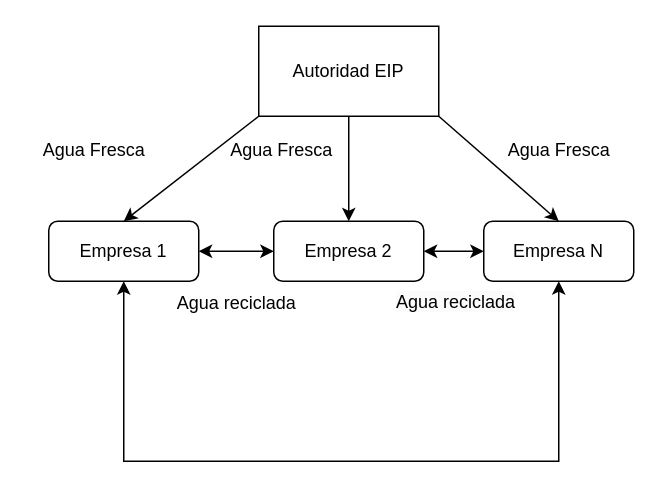
This is .drawio from FVSB/Test_Quarto, a draw.io file, before an edit. Source tidied: cells renumbered, new cells numbered last; positions are measured from the earlier drawing's top-left corner, leaving out a move shared by most shapes. Both pictures are drawn from the tidied source at 150%, with x=0, y=0 at pixel (26, 26).
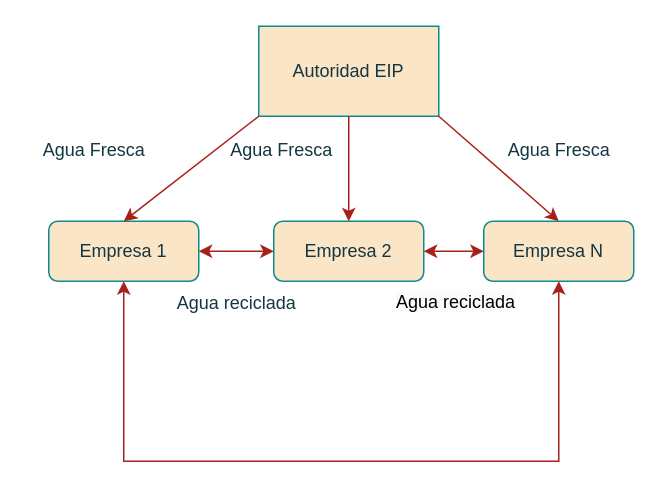
After the change.

The edit, as a diff of the source:
```diff
@@
 <mxGraphModel>
   <root>
     <mxCell id="0" />
     <mxCell id="1" parent="0" />
-    <mxCell id="2" value="Autoridad EIP" style="rounded=0;whiteSpace=wrap;html=1;" parent="1" vertex="1">
+    <mxCell id="2" value="Autoridad EIP" style="rounded=0;whiteSpace=wrap;html=1;labelBackgroundColor=none;fillColor=#FAE5C7;strokeColor=#0F8B8D;fontColor=#143642;" parent="1" vertex="1">
       <mxGeometry x="155" width="120" height="60" as="geometry" />
     </mxCell>
-    <mxCell id="3" value="Empresa 1" style="rounded=1;whiteSpace=wrap;html=1;" parent="1" vertex="1">
+    <mxCell id="3" value="Empresa 1" style="rounded=1;whiteSpace=wrap;html=1;labelBackgroundColor=none;fillColor=#FAE5C7;strokeColor=#0F8B8D;fontColor=#143642;" parent="1" vertex="1">
       <mxGeometry x="15" y="130" width="100" height="40" as="geometry" />
     </mxCell>
-    <mxCell id="4" style="endArrow=classic;html=1;rounded=0;exitX=0;exitY=1;exitDx=0;exitDy=0;entryX=0.5;entryY=0;entryDx=0;entryDy=0;" parent="1" edge="1" source="2" target="3">
+    <mxCell id="4" style="endArrow=classic;html=1;rounded=0;exitX=0;exitY=1;exitDx=0;exitDy=0;entryX=0.5;entryY=0;entryDx=0;entryDy=0;labelBackgroundColor=none;strokeColor=#A8201A;fontColor=default;" parent="1" edge="1" source="2" target="3">
       <mxGeometry relative="1" as="geometry" />
     </mxCell>
-    <mxCell id="5" value="Agua Fresca" style="text;html=1;align=center;verticalAlign=middle;strokeColor=none;fillColor=none;" parent="1" vertex="1">
+    <mxCell id="5" value="Agua Fresca" style="text;html=1;align=center;verticalAlign=middle;strokeColor=none;fillColor=none;labelBackgroundColor=none;fontColor=#143642;" parent="1" vertex="1">
       <mxGeometry y="68" width="90" height="30" as="geometry" />
     </mxCell>
-    <mxCell id="6" value="Empresa 2" style="rounded=1;whiteSpace=wrap;html=1;" parent="1" vertex="1">
+    <mxCell id="6" value="Empresa 2" style="rounded=1;whiteSpace=wrap;html=1;labelBackgroundColor=none;fillColor=#FAE5C7;strokeColor=#0F8B8D;fontColor=#143642;" parent="1" vertex="1">
       <mxGeometry x="165" y="130" width="100" height="40" as="geometry" />
     </mxCell>
-    <mxCell id="7" style="endArrow=classic;html=1;rounded=0;exitX=0.5;exitY=1;exitDx=0;exitDy=0;entryX=0.5;entryY=0;entryDx=0;entryDy=0;" parent="1" edge="1" source="2" target="6">
+    <mxCell id="7" style="endArrow=classic;html=1;rounded=0;exitX=0.5;exitY=1;exitDx=0;exitDy=0;entryX=0.5;entryY=0;entryDx=0;entryDy=0;labelBackgroundColor=none;strokeColor=#A8201A;fontColor=default;" parent="1" edge="1" source="2" target="6">
       <mxGeometry relative="1" as="geometry" />
     </mxCell>
-    <mxCell id="8" value="Empresa N" style="rounded=1;whiteSpace=wrap;html=1;" parent="1" vertex="1">
+    <mxCell id="8" value="Empresa N" style="rounded=1;whiteSpace=wrap;html=1;labelBackgroundColor=none;fillColor=#FAE5C7;strokeColor=#0F8B8D;fontColor=#143642;" parent="1" vertex="1">
       <mxGeometry x="305" y="130" width="100" height="40" as="geometry" />
     </mxCell>
-    <mxCell id="9" style="endArrow=classic;html=1;rounded=0;exitX=1;exitY=1;exitDx=0;exitDy=0;entryX=0.5;entryY=0;entryDx=0;entryDy=0;" parent="1" edge="1" source="2" target="8">
+    <mxCell id="9" style="endArrow=classic;html=1;rounded=0;exitX=1;exitY=1;exitDx=0;exitDy=0;entryX=0.5;entryY=0;entryDx=0;entryDy=0;labelBackgroundColor=none;strokeColor=#A8201A;fontColor=default;" parent="1" edge="1" source="2" target="8">
       <mxGeometry relative="1" as="geometry" />
     </mxCell>
-    <mxCell id="10" style="endArrow=classic;startArrow=classic;html=1;rounded=0;exitX=1;exitY=0.5;exitDx=0;exitDy=0;entryX=0;entryY=0.5;entryDx=0;entryDy=0;" parent="1" edge="1" source="3" target="6">
+    <mxCell id="10" style="endArrow=classic;startArrow=classic;html=1;rounded=0;exitX=1;exitY=0.5;exitDx=0;exitDy=0;entryX=0;entryY=0.5;entryDx=0;entryDy=0;labelBackgroundColor=none;strokeColor=#A8201A;fontColor=default;" parent="1" edge="1" source="3" target="6">
       <mxGeometry relative="1" as="geometry" />
     </mxCell>
-    <mxCell id="11" style="endArrow=classic;startArrow=classic;html=1;rounded=0;entryX=0;entryY=0.5;entryDx=0;entryDy=0;exitX=1;exitY=0.5;exitDx=0;exitDy=0;" parent="1" edge="1" source="6" target="8">
+    <mxCell id="11" style="endArrow=classic;startArrow=classic;html=1;rounded=0;entryX=0;entryY=0.5;entryDx=0;entryDy=0;exitX=1;exitY=0.5;exitDx=0;exitDy=0;labelBackgroundColor=none;strokeColor=#A8201A;fontColor=default;" parent="1" edge="1" source="6" target="8">
       <mxGeometry relative="1" as="geometry" />
     </mxCell>
-    <mxCell id="12" value="Agua Fresca" style="text;html=1;align=center;verticalAlign=middle;strokeColor=none;fillColor=none;" parent="1" vertex="1">
+    <mxCell id="12" value="Agua Fresca" style="text;html=1;align=center;verticalAlign=middle;strokeColor=none;fillColor=none;labelBackgroundColor=none;fontColor=#143642;" parent="1" vertex="1">
       <mxGeometry x="125" y="68" width="90" height="30" as="geometry" />
     </mxCell>
-    <mxCell id="13" value="Agua Fresca" style="text;html=1;align=center;verticalAlign=middle;strokeColor=none;fillColor=none;" parent="1" vertex="1">
+    <mxCell id="13" value="Agua Fresca" style="text;html=1;align=center;verticalAlign=middle;strokeColor=none;fillColor=none;labelBackgroundColor=none;fontColor=#143642;" parent="1" vertex="1">
       <mxGeometry x="310" y="68" width="90" height="30" as="geometry" />
     </mxCell>
-    <mxCell id="14" value="Agua reciclada" style="text;html=1;align=center;verticalAlign=middle;strokeColor=none;fillColor=none;" parent="1" vertex="1">
+    <mxCell id="14" value="Agua reciclada" style="text;html=1;align=center;verticalAlign=middle;strokeColor=none;fillColor=none;labelBackgroundColor=none;fontColor=#143642;" parent="1" vertex="1">
       <mxGeometry x="90" y="170" width="100" height="30" as="geometry" />
     </mxCell>
-    <mxCell id="15" value="&lt;span style=&quot;color: rgb(0, 0, 0); font-family: Helvetica; font-size: 12px; font-style: normal; font-variant-ligatures: normal; font-variant-caps: normal; font-weight: 400; letter-spacing: normal; orphans: 2; text-align: center; text-indent: 0px; text-transform: none; widows: 2; word-spacing: 0px; -webkit-text-stroke-width: 0px; white-space: nowrap; background-color: rgb(251, 251, 251); text-decoration-thickness: initial; text-decoration-style: initial; text-decoration-color: initial; display: inline !important; float: none;&quot;&gt;Agua reciclada&lt;/span&gt;" style="text;whiteSpace=wrap;html=1;" parent="1" vertex="1">
+    <mxCell id="15" value="&lt;span style=&quot;color: rgb(0, 0, 0); font-family: Helvetica; font-size: 12px; font-style: normal; font-variant-ligatures: normal; font-variant-caps: normal; font-weight: 400; letter-spacing: normal; orphans: 2; text-align: center; text-indent: 0px; text-transform: none; widows: 2; word-spacing: 0px; -webkit-text-stroke-width: 0px; white-space: nowrap; background-color: rgb(251, 251, 251); text-decoration-thickness: initial; text-decoration-style: initial; text-decoration-color: initial; display: inline !important; float: none;&quot;&gt;Agua reciclada&lt;/span&gt;" style="text;whiteSpace=wrap;html=1;labelBackgroundColor=none;fontColor=#143642;" parent="1" vertex="1">
       <mxGeometry x="245" y="170" width="110" height="40" as="geometry" />
     </mxCell>
-    <mxCell id="16" style="endArrow=classic;startArrow=classic;html=1;rounded=0;entryX=1;entryY=0;entryDx=0;entryDy=0;exitX=0.5;exitY=1;exitDx=0;exitDy=0;" parent="1" edge="1" source="3" target="15">
+    <mxCell id="16" style="endArrow=classic;startArrow=classic;html=1;rounded=0;entryX=1;entryY=0;entryDx=0;entryDy=0;exitX=0.5;exitY=1;exitDx=0;exitDy=0;labelBackgroundColor=none;strokeColor=#A8201A;fontColor=default;" parent="1" edge="1" source="3" target="15">
       <mxGeometry relative="1" as="geometry">
         <Array as="points">
           <mxPoint x="65" y="290" />
           <mxPoint x="215" y="290" />
           <mxPoint x="355" y="290" />
         </Array>
       </mxGeometry>
     </mxCell>
   </root>
 </mxGraphModel>
```
